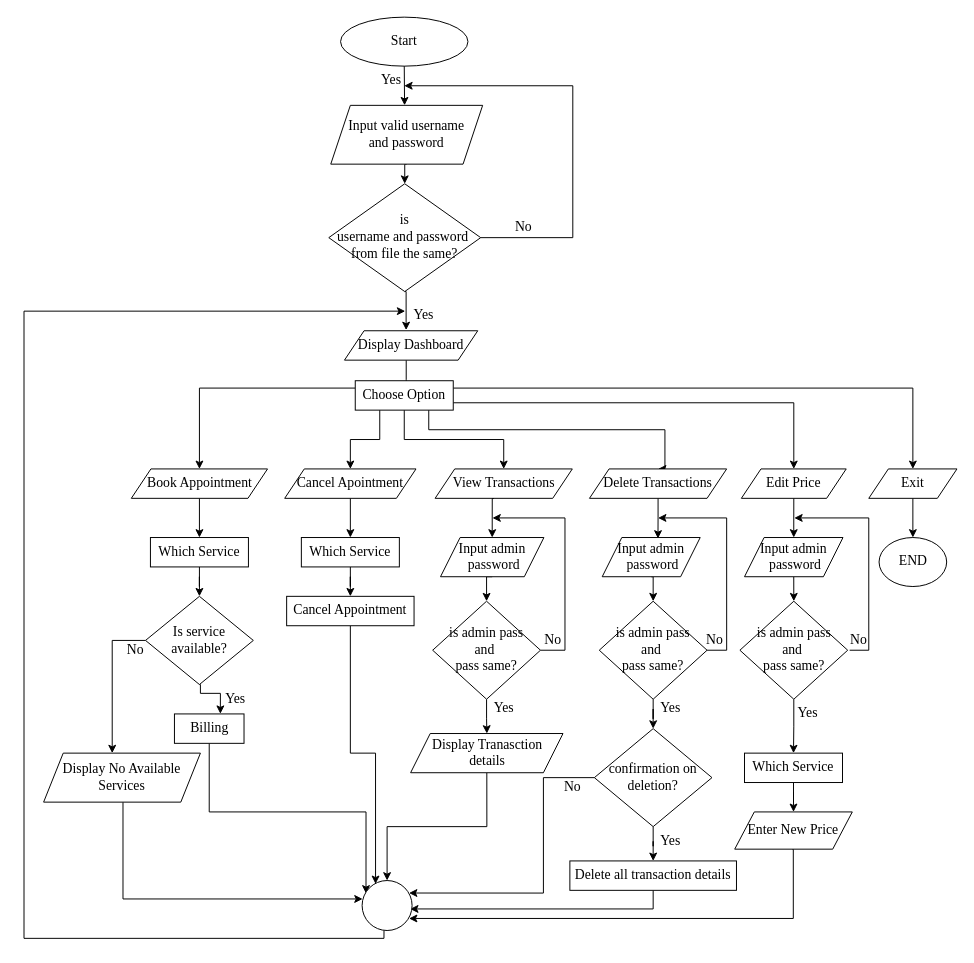
camper0g/2nd-Semester-Project keeps this draw.io diagram as Project Proposal PU/flowchart.drawio. Above is the earlier version. Source tidied: cells renumbered, new cells numbered last; positions are measured from the earlier drawing's top-left corner, leaving out a move shared by most shapes. Both pictures are drawn from the tidied source at 98%, with x=0, y=0 at pixel (24, 17).
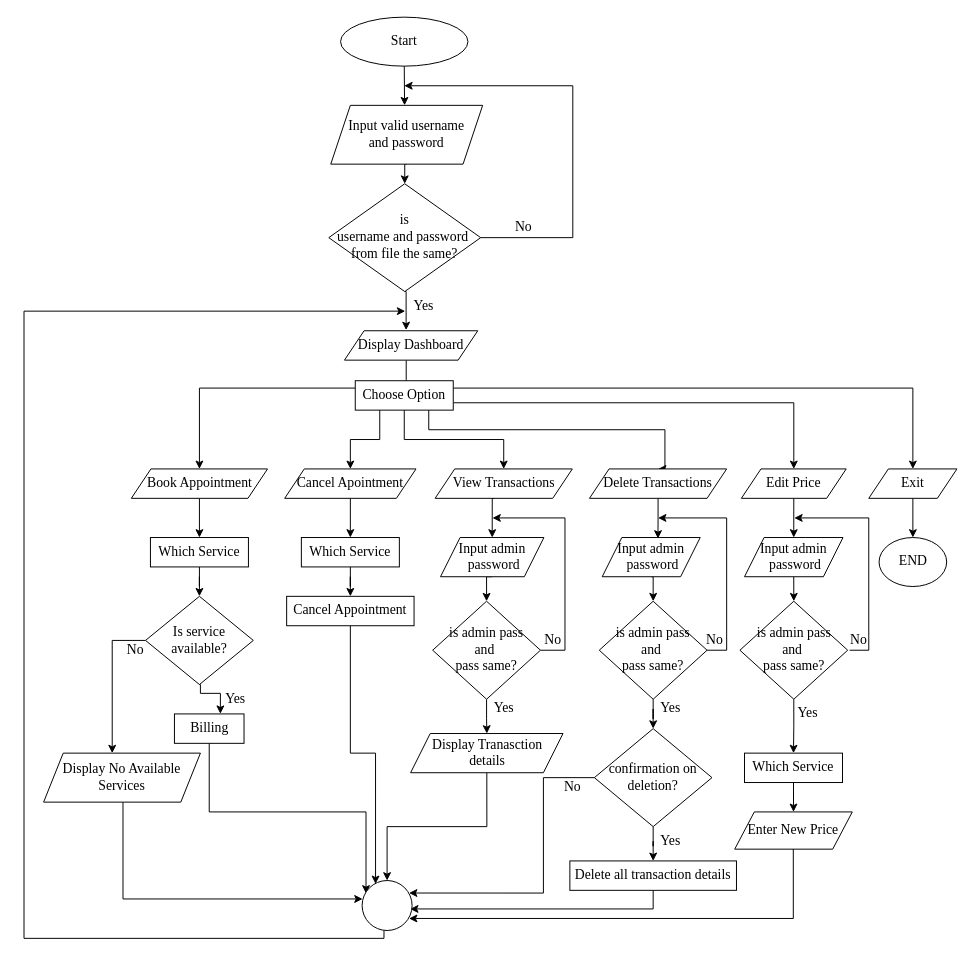
The same page after the edit.

Change to the diagram source:
```diff
@@
-    <mxCell id="9" value="&lt;span style=&quot;font-size: 14px;&quot;&gt;Yes&lt;/span&gt;" style="text;html=1;align=center;verticalAlign=middle;whiteSpace=wrap;rounded=0;fontSize=14;strokeWidth=1;fontStyle=0;fontFamily=Times New Roman;horizontal=1;" parent="1" vertex="1">
-      <mxGeometry x="344.5" y="50" width="60" height="30" as="geometry" />
-    </mxCell>
@@
     <mxCell id="84" value="&lt;span style=&quot;font-size: 14px;&quot;&gt;Yes&lt;/span&gt;" style="text;html=1;align=center;verticalAlign=middle;whiteSpace=wrap;rounded=0;fontSize=14;strokeWidth=1;fontStyle=0;fontFamily=Times New Roman;horizontal=1;" parent="1" vertex="1">
-      <mxGeometry x="378" y="290" width="60" height="30" as="geometry" />
+      <mxGeometry x="378" y="280" width="60" height="30" as="geometry" />
     </mxCell>
```
